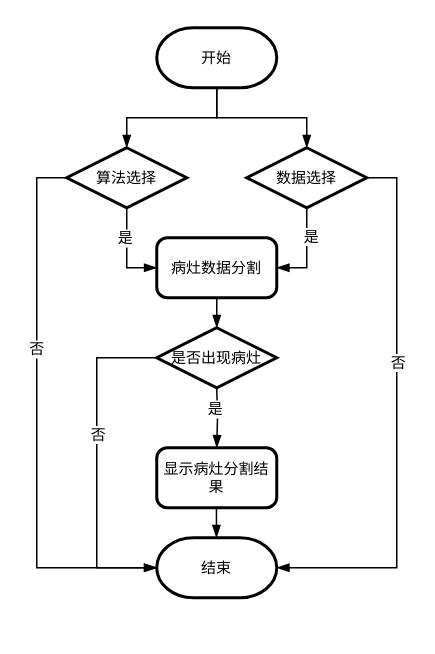
This is page "病灶分割" (3 of 4) of 第五章绘图.drawio from qjl988/drawio, a draw.io file, before an edit. Source tidied: cells renumbered, new cells numbered last; positions are measured from the earlier drawing's top-left corner, leaving out a move shared by most shapes. Both pictures are drawn from the tidied source at 150%, with x=0, y=0 at pixel (36, 27).
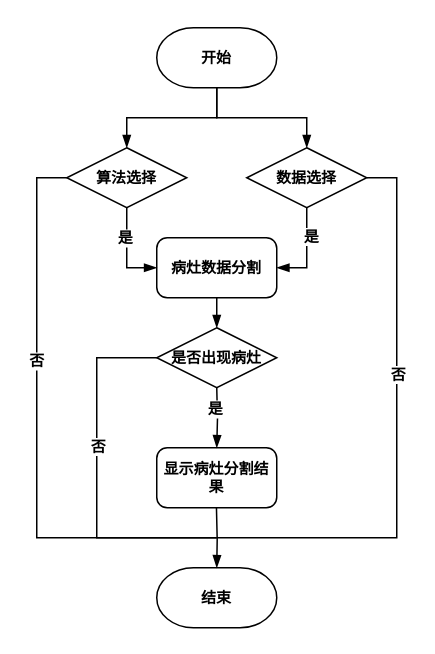
The same page after the edit.

Diff of the diagram source:
```diff
@@
-    <mxCell id="2" value="开始" style="strokeWidth=2;html=1;shape=mxgraph.flowchart.terminator;whiteSpace=wrap;fontSize=10;fontFamily=宋体;" parent="1" vertex="1">
+    <mxCell id="2" value="开始" style="strokeWidth=1;html=1;shape=mxgraph.flowchart.terminator;whiteSpace=wrap;fontSize=10;fontFamily=宋体;fontStyle=1;" parent="1" vertex="1">
       <mxGeometry x="80" width="80" height="40" as="geometry" />
     </mxCell>
-    <mxCell id="3" style="edgeStyle=orthogonalEdgeStyle;rounded=0;jettySize=auto;html=1;endArrow=blockThin;endFill=1;" parent="1" edge="1" source="4">
+    <mxCell id="3" style="edgeStyle=orthogonalEdgeStyle;rounded=0;jettySize=auto;html=1;endArrow=blockThin;endFill=1;fontStyle=0;" parent="1" edge="1" source="4">
       <mxGeometry relative="1" as="geometry">
         <mxPoint x="120" y="200" as="targetPoint" />
       </mxGeometry>
     </mxCell>
-    <mxCell id="4" value="病灶数据分割" style="rounded=1;whiteSpace=wrap;html=1;absoluteArcSize=1;arcSize=14;strokeWidth=2;fontSize=10;fontFamily=宋体;" parent="1" vertex="1">
+    <mxCell id="4" value="病灶数据分割" style="rounded=1;whiteSpace=wrap;html=1;absoluteArcSize=1;arcSize=14;strokeWidth=1;fontSize=10;fontFamily=宋体;fontStyle=1;" parent="1" vertex="1">
       <mxGeometry x="80" y="140" width="80" height="40" as="geometry" />
     </mxCell>
-    <mxCell id="5" style="edgeStyle=orthogonalEdgeStyle;rounded=0;jettySize=auto;html=1;entryX=0;entryY=0.5;entryDx=0;entryDy=0;fontSize=8;endArrow=blockThin;endFill=1;" parent="1" edge="1" source="7" target="4">
+    <mxCell id="5" style="edgeStyle=orthogonalEdgeStyle;rounded=0;jettySize=auto;html=1;entryX=0;entryY=0.5;entryDx=0;entryDy=0;fontSize=8;endArrow=blockThin;endFill=1;fontStyle=0;" parent="1" edge="1" source="7" target="4">
       <mxGeometry relative="1" as="geometry" />
     </mxCell>
-    <mxCell id="6" value="是" style="edgeLabel;html=1;align=center;verticalAlign=middle;fontSize=10;fontFamily=宋体;" parent="5" vertex="1">
+    <mxCell id="6" value="是" style="edgeLabel;html=1;align=center;verticalAlign=middle;fontSize=10;fontFamily=宋体;fontStyle=1;" parent="5" vertex="1">
       <mxGeometry x="-0.37" y="-2" relative="1" as="geometry" />
     </mxCell>
-    <mxCell id="7" value="算法选择" style="strokeWidth=2;html=1;shape=mxgraph.flowchart.decision;whiteSpace=wrap;fontSize=10;fontFamily=宋体;" parent="1" vertex="1">
+    <mxCell id="7" value="算法选择" style="strokeWidth=1;html=1;shape=mxgraph.flowchart.decision;whiteSpace=wrap;fontSize=10;fontFamily=宋体;fontStyle=1;" parent="1" vertex="1">
       <mxGeometry x="20" y="80" width="80" height="40" as="geometry" />
     </mxCell>
-    <mxCell id="8" style="edgeStyle=orthogonalEdgeStyle;rounded=0;jettySize=auto;html=1;entryX=0.5;entryY=0;entryDx=0;entryDy=0;entryPerimeter=0;endArrow=blockThin;endFill=1;" parent="1" edge="1" source="2" target="7">
+    <mxCell id="8" style="edgeStyle=orthogonalEdgeStyle;rounded=0;jettySize=auto;html=1;entryX=0.5;entryY=0;entryDx=0;entryDy=0;entryPerimeter=0;endArrow=blockThin;endFill=1;fontStyle=0;" parent="1" edge="1" source="2" target="7">
       <mxGeometry relative="1" as="geometry" />
     </mxCell>
-    <mxCell id="9" style="edgeStyle=orthogonalEdgeStyle;rounded=0;jettySize=auto;html=1;entryX=1;entryY=0.5;entryDx=0;entryDy=0;endArrow=blockThin;endFill=1;" parent="1" edge="1" source="11" target="4">
+    <mxCell id="9" style="edgeStyle=orthogonalEdgeStyle;rounded=0;jettySize=auto;html=1;entryX=1;entryY=0.5;entryDx=0;entryDy=0;endArrow=blockThin;endFill=1;fontStyle=0;" parent="1" edge="1" source="11" target="4">
       <mxGeometry relative="1" as="geometry" />
     </mxCell>
-    <mxCell id="10" value="是" style="edgeLabel;html=1;align=center;verticalAlign=middle;fontSize=10;fontFamily=宋体;" parent="9" vertex="1">
+    <mxCell id="10" value="是" style="edgeLabel;html=1;align=center;verticalAlign=middle;fontSize=10;fontFamily=宋体;fontStyle=1;" parent="9" vertex="1">
       <mxGeometry x="-0.41" y="2" relative="1" as="geometry" />
     </mxCell>
-    <mxCell id="11" value="数据选择" style="strokeWidth=2;html=1;shape=mxgraph.flowchart.decision;whiteSpace=wrap;fontSize=10;fontFamily=宋体;" parent="1" vertex="1">
+    <mxCell id="11" value="数据选择" style="strokeWidth=1;html=1;shape=mxgraph.flowchart.decision;whiteSpace=wrap;fontSize=10;fontFamily=宋体;fontStyle=1;" parent="1" vertex="1">
       <mxGeometry x="140" y="80" width="80" height="40" as="geometry" />
     </mxCell>
-    <mxCell id="12" style="edgeStyle=orthogonalEdgeStyle;rounded=0;jettySize=auto;html=1;entryX=0.5;entryY=0;entryDx=0;entryDy=0;entryPerimeter=0;endArrow=blockThin;endFill=1;" parent="1" edge="1" source="2" target="11">
+    <mxCell id="12" style="edgeStyle=orthogonalEdgeStyle;rounded=0;jettySize=auto;html=1;entryX=0.5;entryY=0;entryDx=0;entryDy=0;entryPerimeter=0;endArrow=blockThin;endFill=1;fontStyle=0;" parent="1" edge="1" source="2" target="11">
       <mxGeometry relative="1" as="geometry" />
     </mxCell>
-    <mxCell id="13" value="结束" style="strokeWidth=2;html=1;shape=mxgraph.flowchart.terminator;whiteSpace=wrap;fontSize=10;fontFamily=宋体;" parent="1" vertex="1">
-      <mxGeometry x="80" y="340" width="80" height="40" as="geometry" />
+    <mxCell id="13" value="结束" style="strokeWidth=1;html=1;shape=mxgraph.flowchart.terminator;whiteSpace=wrap;fontSize=10;fontFamily=宋体;fontStyle=1;" parent="1" vertex="1">
+      <mxGeometry x="80" y="360" width="80" height="40" as="geometry" />
     </mxCell>
-    <mxCell id="14" style="edgeStyle=orthogonalEdgeStyle;rounded=0;jettySize=auto;html=1;endArrow=blockThin;endFill=1;" parent="1" edge="1" source="16">
+    <mxCell id="14" style="edgeStyle=orthogonalEdgeStyle;rounded=0;jettySize=auto;html=1;endArrow=none;endFill=0;fontStyle=0;" parent="1" edge="1" source="16">
       <mxGeometry relative="1" as="geometry">
-        <mxPoint x="80" y="360" as="targetPoint" />
+        <mxPoint x="120" y="340" as="targetPoint" />
         <Array as="points">
           <mxPoint x="40" y="220" />
-          <mxPoint x="40" y="360" />
+          <mxPoint x="40" y="340" />
+          <mxPoint x="80" y="340" />
         </Array>
       </mxGeometry>
     </mxCell>
-    <mxCell id="15" value="否" style="edgeLabel;html=1;align=center;verticalAlign=middle;fontFamily=宋体;fontSize=10;" parent="14" vertex="1">
+    <mxCell id="15" value="否" style="edgeLabel;html=1;align=center;verticalAlign=middle;fontFamily=宋体;fontSize=10;fontStyle=1;" parent="14" vertex="1">
       <mxGeometry x="-0.18" relative="1" as="geometry" />
     </mxCell>
-    <mxCell id="16" value="是否出现病灶" style="strokeWidth=2;html=1;shape=mxgraph.flowchart.decision;whiteSpace=wrap;fontSize=10;fontFamily=宋体;" parent="1" vertex="1">
+    <mxCell id="16" value="是否出现病灶" style="strokeWidth=1;html=1;shape=mxgraph.flowchart.decision;whiteSpace=wrap;fontSize=10;fontFamily=宋体;fontStyle=1;" parent="1" vertex="1">
       <mxGeometry x="80" y="200" width="80" height="40" as="geometry" />
     </mxCell>
-    <mxCell id="17" value="显示病灶分割结果" style="rounded=1;whiteSpace=wrap;html=1;absoluteArcSize=1;arcSize=14;strokeWidth=2;fontSize=10;fontFamily=宋体;" parent="1" vertex="1">
+    <mxCell id="17" value="显示病灶分割结果" style="rounded=1;whiteSpace=wrap;html=1;absoluteArcSize=1;arcSize=14;strokeWidth=1;fontSize=10;fontFamily=宋体;fontStyle=1;" parent="1" vertex="1">
       <mxGeometry x="80" y="280" width="80" height="40" as="geometry" />
     </mxCell>
-    <mxCell id="18" style="edgeStyle=orthogonalEdgeStyle;rounded=0;orthogonalLoop=1;jettySize=auto;html=1;entryX=0;entryY=0.5;entryDx=0;entryDy=0;fontSize=8;endArrow=blockThin;endFill=1;" parent="1" edge="1">
+    <mxCell id="18" style="edgeStyle=orthogonalEdgeStyle;rounded=0;orthogonalLoop=1;jettySize=auto;html=1;entryX=0;entryY=0.5;entryDx=0;entryDy=0;fontSize=8;endArrow=blockThin;endFill=1;fontStyle=0;" parent="1" edge="1">
       <mxGeometry relative="1" as="geometry">
         <mxPoint x="120" y="240" as="sourcePoint" />
         <mxPoint x="120" y="280" as="targetPoint" />
       </mxGeometry>
     </mxCell>
-    <mxCell id="19" value="是" style="edgeLabel;html=1;align=center;verticalAlign=middle;fontSize=10;fontFamily=宋体;" parent="18" vertex="1">
+    <mxCell id="19" value="是" style="edgeLabel;html=1;align=center;verticalAlign=middle;fontSize=10;fontFamily=宋体;fontStyle=1;" parent="18" vertex="1">
       <mxGeometry x="-0.37" y="-2" relative="1" as="geometry" />
     </mxCell>
-    <mxCell id="20" style="edgeStyle=orthogonalEdgeStyle;rounded=0;orthogonalLoop=1;jettySize=auto;html=1;endArrow=blockThin;endFill=1;" parent="1" edge="1">
+    <mxCell id="20" style="edgeStyle=orthogonalEdgeStyle;rounded=0;jettySize=auto;html=1;endArrow=blockThin;endFill=1;entryX=0.5;entryY=0;entryDx=0;entryDy=0;entryPerimeter=0;fontStyle=0;" parent="1" edge="1" target="13">
       <mxGeometry relative="1" as="geometry">
         <mxPoint x="119.8" y="320" as="sourcePoint" />
-        <mxPoint x="119.8" y="340" as="targetPoint" />
       </mxGeometry>
     </mxCell>
-    <mxCell id="21" style="edgeStyle=orthogonalEdgeStyle;rounded=0;jettySize=auto;html=1;entryX=0;entryY=0.5;entryDx=0;entryDy=0;entryPerimeter=0;endArrow=blockThin;endFill=1;" parent="1" edge="1" source="7" target="13">
+    <mxCell id="21" style="edgeStyle=orthogonalEdgeStyle;rounded=0;jettySize=auto;html=1;endArrow=none;endFill=0;fontStyle=0;" parent="1" edge="1" source="7">
       <mxGeometry relative="1" as="geometry">
+        <mxPoint x="120" y="340" as="targetPoint" />
         <Array as="points">
           <mxPoint y="100" />
-          <mxPoint y="360" />
+          <mxPoint y="340" />
         </Array>
       </mxGeometry>
     </mxCell>
-    <mxCell id="22" value="否" style="edgeLabel;html=1;align=center;verticalAlign=middle;fontFamily=宋体;fontSize=10;" parent="21" vertex="1">
+    <mxCell id="22" value="否" style="edgeLabel;html=1;align=center;verticalAlign=middle;fontFamily=宋体;fontSize=10;fontStyle=1;" parent="21" vertex="1">
       <mxGeometry x="-0.26" y="-1" relative="1" as="geometry" />
     </mxCell>
-    <mxCell id="23" style="edgeStyle=orthogonalEdgeStyle;rounded=0;jettySize=auto;html=1;entryX=1;entryY=0.5;entryDx=0;entryDy=0;entryPerimeter=0;endArrow=blockThin;endFill=1;" parent="1" edge="1" source="11" target="13">
+    <mxCell id="23" style="edgeStyle=orthogonalEdgeStyle;rounded=0;jettySize=auto;html=1;endArrow=none;endFill=0;fontStyle=0;" parent="1" edge="1" source="11">
       <mxGeometry relative="1" as="geometry">
+        <mxPoint x="120" y="340" as="targetPoint" />
         <Array as="points">
           <mxPoint x="240" y="100" />
-          <mxPoint x="240" y="360" />
+          <mxPoint x="240" y="340" />
+          <mxPoint x="160" y="340" />
         </Array>
       </mxGeometry>
     </mxCell>
-    <mxCell id="24" value="否" style="edgeLabel;html=1;align=center;verticalAlign=middle;fontFamily=宋体;fontSize=10;" parent="23" vertex="1">
+    <mxCell id="24" value="否" style="edgeLabel;html=1;align=center;verticalAlign=middle;fontFamily=宋体;fontSize=10;fontStyle=1;" parent="23" vertex="1">
       <mxGeometry x="-0.21" relative="1" as="geometry" />
     </mxCell>
```
